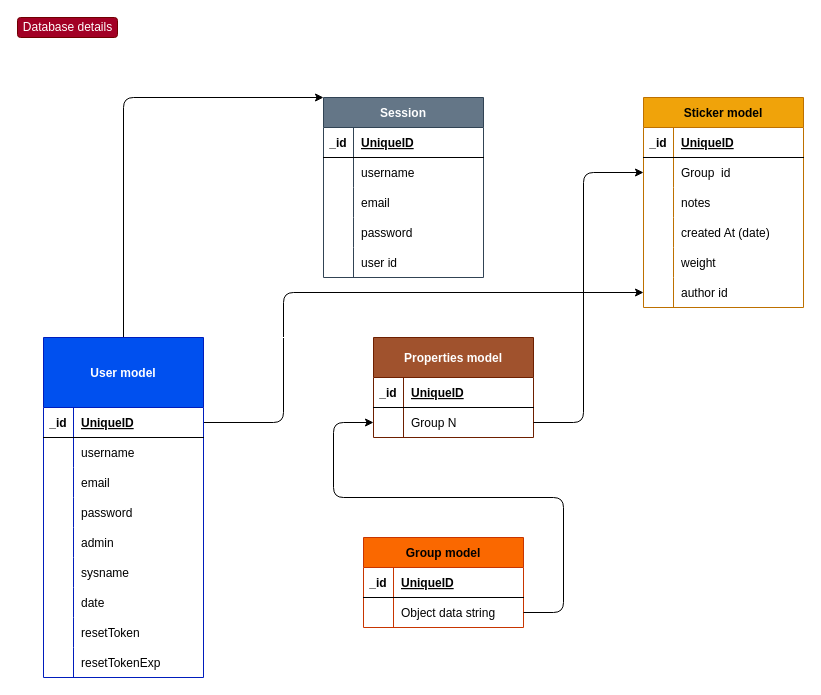
Before: page "Database details" (2 of 2) of Untitled Diagram.drawio in mihnevich1989/drawio-diagramms, a draw.io diagram. Source tidied: cells renumbered, new cells numbered last; positions are measured from the earlier drawing's top-left corner, leaving out a move shared by most shapes. Both pictures are drawn from the tidied source at 100%, with x=0, y=0 at pixel (17, 17).
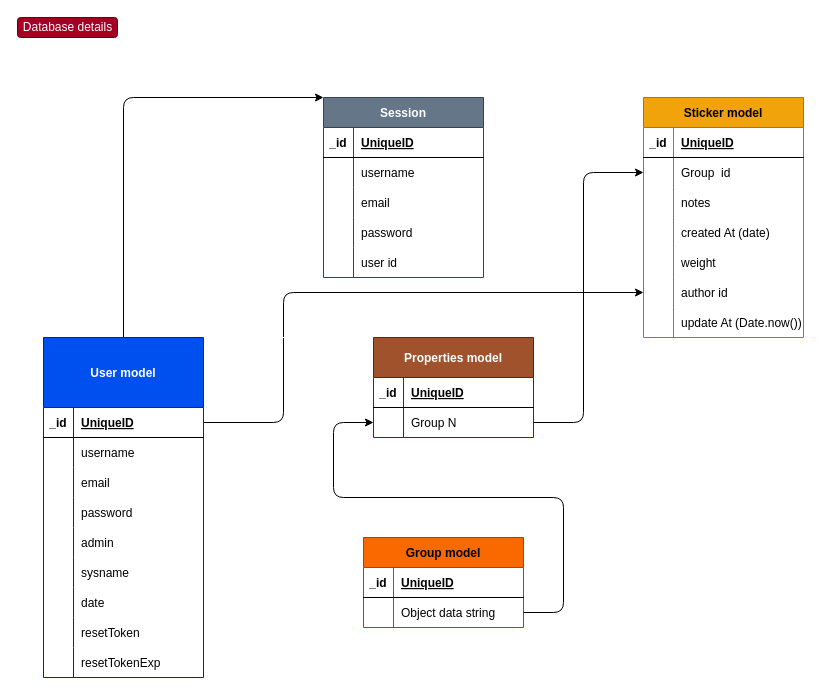
The same page after the edit.

What changed in the source:
```diff
@@
     <mxCell id="33" value="Sticker model" style="shape=table;startSize=30;childLayout=tableLayout;rowLines=0;fontStyle=1;align=center;swimlaneFillColor=default;fillColor=#f0a30a;strokeColor=#BD7000;fontColor=#000000;rounded=0;" parent="1" vertex="1">
-      <mxGeometry x="626" y="80" width="160" height="210" as="geometry" />
+      <mxGeometry x="626" y="80" width="160" height="240" as="geometry" />
     </mxCell>
@@
+    <mxCell id="85" style="shape=tableRow;horizontal=0;startSize=0;swimlaneHead=0;swimlaneBody=0;fillColor=none;top=0;left=0;right=0;bottom=0;rounded=1;" parent="33" vertex="1">
+      <mxGeometry y="210" width="160" height="30" as="geometry" />
+    </mxCell>
+    <mxCell id="86" style="shape=partialRectangle;fillColor=none;top=0;left=0;bottom=0;right=0;overflow=hidden;rounded=1;" parent="85" vertex="1">
+      <mxGeometry width="30" height="30" as="geometry" />
+    </mxCell>
+    <mxCell id="87" value="update At (Date.now())" style="shape=partialRectangle;fillColor=none;top=0;left=0;bottom=0;right=0;align=left;spacingLeft=6;overflow=hidden;rounded=1;" parent="85" vertex="1">
+      <mxGeometry x="30" width="130" height="30" as="geometry" />
+    </mxCell>
```
